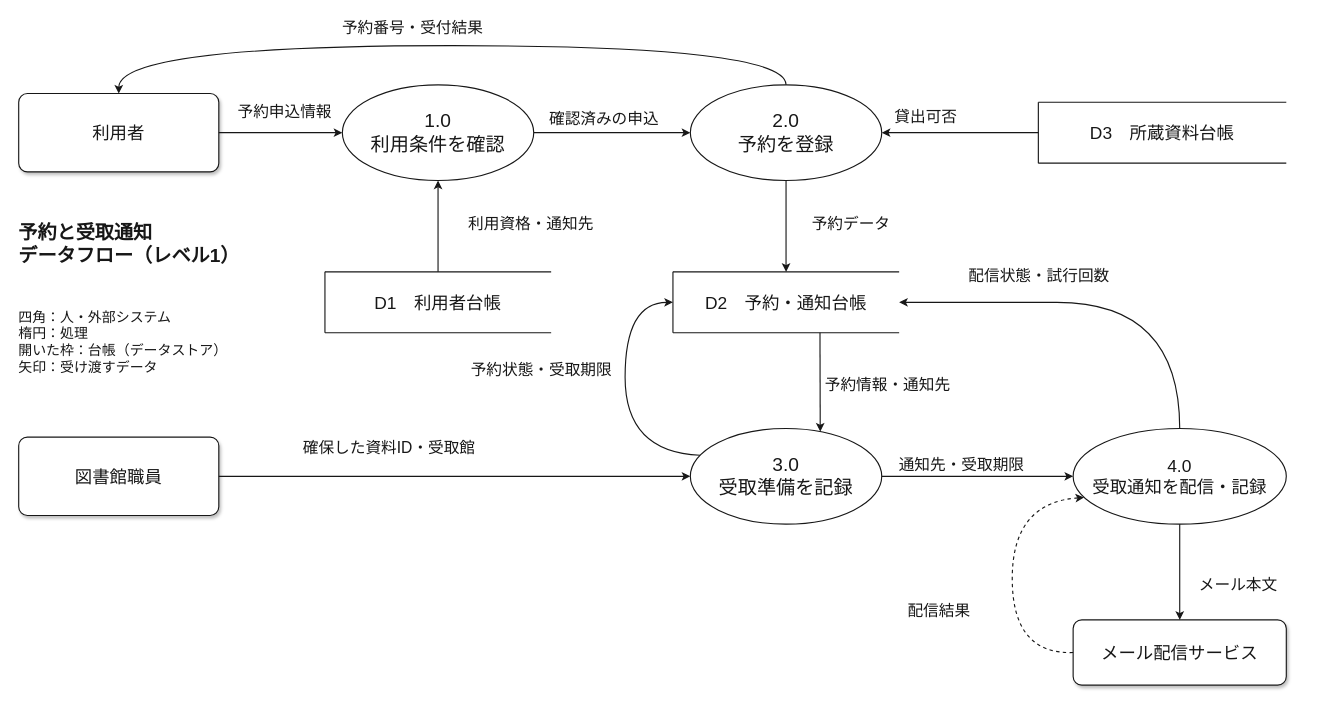
Earlier version of the draw.io diagram page "データフロー図" (11 of 22) of samples/diagram-gallery.drawio (sakikuroe/marp-template-kit). Source tidied: cells renumbered, new cells numbered last; positions are measured from the earlier drawing's top-left corner, leaving out a move shared by most shapes. Both pictures are drawn from the tidied source at 87%, with x=0, y=0 at pixel (18, 15).
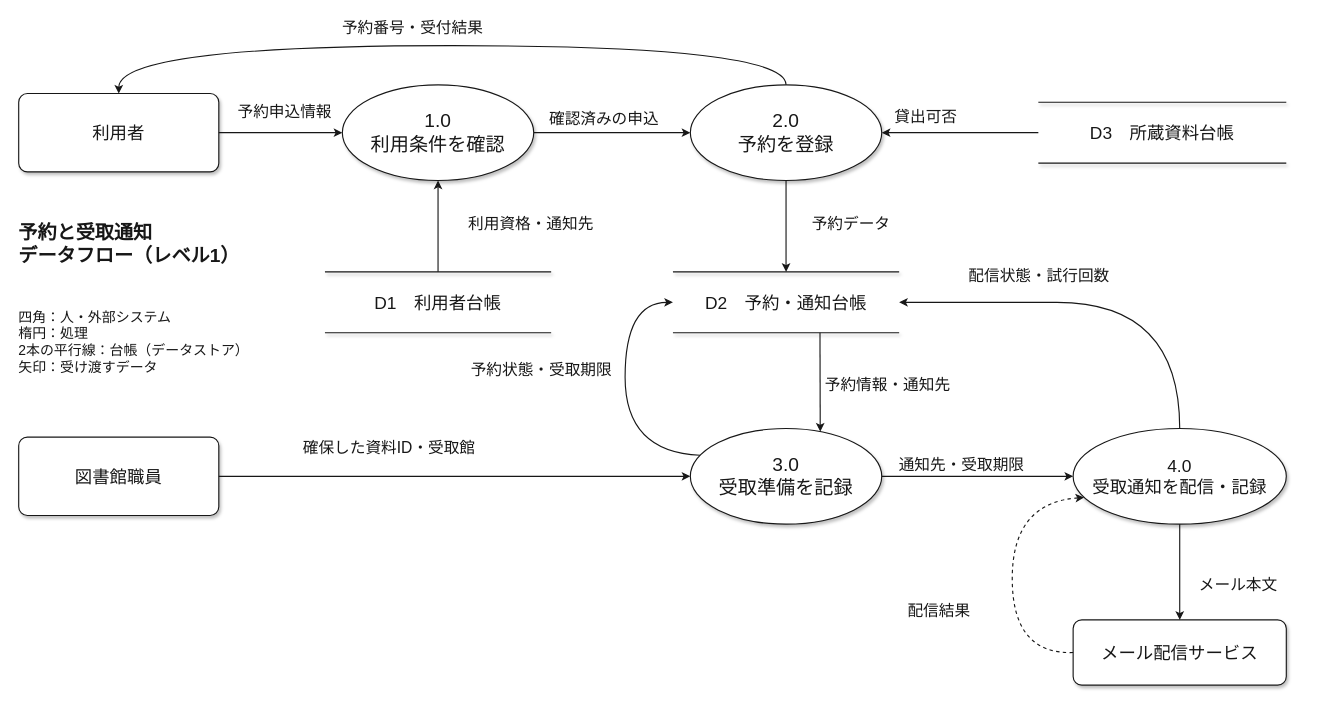
Above is the later version.

Diff of the diagram source:
```diff
@@
-    <mxCell id="4" value="1.0&#10;利用条件を確認" style="rounded=1;absoluteArcSize=1;arcSize=20;shadow=0;whiteSpace=wrap;html=0;fillColor=#ffffff;strokeColor=#171717;strokeWidth=1.3;fontFamily=GenEi M Gothic v2 Medium;fontColor=#171717;fontSize=22;shape=ellipse;perimeter=ellipsePerimeter;" parent="1" vertex="1">
+    <mxCell id="4" value="1.0&#10;利用条件を確認" style="rounded=1;absoluteArcSize=1;arcSize=20;shadow=1;whiteSpace=wrap;html=0;fillColor=#ffffff;strokeColor=#171717;strokeWidth=1.3;fontFamily=GenEi M Gothic v2 Medium;fontColor=#171717;fontSize=22;shape=ellipse;perimeter=ellipsePerimeter;" parent="1" vertex="1">
       <mxGeometry x="372" y="80" width="220" height="110" as="geometry" />
     </mxCell>
-    <mxCell id="5" value="2.0&#10;予約を登録" style="rounded=1;absoluteArcSize=1;arcSize=20;shadow=0;whiteSpace=wrap;html=0;fillColor=#ffffff;strokeColor=#171717;strokeWidth=1.3;fontFamily=GenEi M Gothic v2 Medium;fontColor=#171717;fontSize=22;shape=ellipse;perimeter=ellipsePerimeter;" parent="1" vertex="1">
+    <mxCell id="5" value="2.0&#10;予約を登録" style="rounded=1;absoluteArcSize=1;arcSize=20;shadow=1;whiteSpace=wrap;html=0;fillColor=#ffffff;strokeColor=#171717;strokeWidth=1.3;fontFamily=GenEi M Gothic v2 Medium;fontColor=#171717;fontSize=22;shape=ellipse;perimeter=ellipsePerimeter;" parent="1" vertex="1">
       <mxGeometry x="772" y="80" width="220" height="110" as="geometry" />
     </mxCell>
-    <mxCell id="6" value="3.0&#10;受取準備を記録" style="rounded=1;absoluteArcSize=1;arcSize=20;shadow=0;whiteSpace=wrap;html=0;fillColor=#ffffff;strokeColor=#171717;strokeWidth=1.3;fontFamily=GenEi M Gothic v2 Medium;fontColor=#171717;fontSize=22;shape=ellipse;perimeter=ellipsePerimeter;" parent="1" vertex="1">
+    <mxCell id="6" value="3.0&#10;受取準備を記録" style="rounded=1;absoluteArcSize=1;arcSize=20;shadow=1;whiteSpace=wrap;html=0;fillColor=#ffffff;strokeColor=#171717;strokeWidth=1.3;fontFamily=GenEi M Gothic v2 Medium;fontColor=#171717;fontSize=22;shape=ellipse;perimeter=ellipsePerimeter;" parent="1" vertex="1">
       <mxGeometry x="772" y="475" width="220" height="110" as="geometry" />
     </mxCell>
-    <mxCell id="7" value="4.0&#10;受取通知を配信・記録" style="rounded=1;absoluteArcSize=1;arcSize=20;shadow=0;whiteSpace=wrap;html=0;fillColor=#ffffff;strokeColor=#171717;strokeWidth=1.3;fontFamily=GenEi M Gothic v2 Medium;fontColor=#171717;shape=ellipse;perimeter=ellipsePerimeter;fontSize=20;" parent="1" vertex="1">
+    <mxCell id="7" value="4.0&#10;受取通知を配信・記録" style="rounded=1;absoluteArcSize=1;arcSize=20;shadow=1;whiteSpace=wrap;html=0;fillColor=#ffffff;strokeColor=#171717;strokeWidth=1.3;fontFamily=GenEi M Gothic v2 Medium;fontColor=#171717;shape=ellipse;perimeter=ellipsePerimeter;fontSize=20;" parent="1" vertex="1">
       <mxGeometry x="1212" y="475" width="245" height="110" as="geometry" />
     </mxCell>
@@
-    <mxCell id="9" style="edgeStyle=none;curved=1;strokeColor=#171717;strokeWidth=1.3;endArrow=none;" parent="1" edge="1">
+    <mxCell id="9" style="edgeStyle=none;curved=1;strokeColor=#171717;strokeWidth=1.3;endArrow=none;shadow=1;" parent="1" edge="1">
       <mxGeometry relative="1" as="geometry">
         <mxPoint x="352" y="295" as="sourcePoint" />
         <mxPoint x="612" y="295" as="targetPoint" />
       </mxGeometry>
     </mxCell>
-    <mxCell id="10" style="edgeStyle=none;curved=1;strokeColor=#171717;strokeWidth=1.3;endArrow=none;" parent="1" edge="1">
+    <mxCell id="10" style="edgeStyle=none;curved=1;strokeColor=#171717;strokeWidth=1.3;endArrow=none;shadow=1;" parent="1" edge="1">
       <mxGeometry relative="1" as="geometry">
         <mxPoint x="352" y="365" as="sourcePoint" />
         <mxPoint x="612" y="365" as="targetPoint" />
       </mxGeometry>
     </mxCell>
-    <mxCell id="11" style="edgeStyle=none;curved=1;strokeColor=#171717;strokeWidth=1.3;endArrow=none;" parent="1" edge="1">
-      <mxGeometry relative="1" as="geometry">
-        <mxPoint x="352" y="295" as="sourcePoint" />
-        <mxPoint x="352" y="365" as="targetPoint" />
-      </mxGeometry>
-    </mxCell>
@@
-    <mxCell id="13" style="edgeStyle=none;curved=1;strokeColor=#171717;strokeWidth=1.3;endArrow=none;" parent="1" edge="1">
+    <mxCell id="13" style="edgeStyle=none;curved=1;strokeColor=#171717;strokeWidth=1.3;endArrow=none;shadow=1;" parent="1" edge="1">
       <mxGeometry relative="1" as="geometry">
         <mxPoint x="752" y="295" as="sourcePoint" />
         <mxPoint x="1012" y="295" as="targetPoint" />
       </mxGeometry>
     </mxCell>
-    <mxCell id="14" style="edgeStyle=none;curved=1;strokeColor=#171717;strokeWidth=1.3;endArrow=none;" parent="1" edge="1">
+    <mxCell id="14" style="edgeStyle=none;curved=1;strokeColor=#171717;strokeWidth=1.3;endArrow=none;shadow=1;" parent="1" edge="1">
       <mxGeometry relative="1" as="geometry">
         <mxPoint x="752" y="365" as="sourcePoint" />
         <mxPoint x="1012" y="365" as="targetPoint" />
       </mxGeometry>
     </mxCell>
-    <mxCell id="15" style="edgeStyle=none;curved=1;strokeColor=#171717;strokeWidth=1.3;endArrow=none;" parent="1" edge="1">
-      <mxGeometry relative="1" as="geometry">
-        <mxPoint x="752" y="295" as="sourcePoint" />
-        <mxPoint x="752" y="365" as="targetPoint" />
-      </mxGeometry>
-    </mxCell>
@@
-    <mxCell id="17" style="edgeStyle=none;curved=1;strokeColor=#171717;strokeWidth=1.3;endArrow=none;" parent="1" edge="1">
+    <mxCell id="17" style="edgeStyle=none;curved=1;strokeColor=#171717;strokeWidth=1.3;endArrow=none;shadow=1;" parent="1" edge="1">
       <mxGeometry relative="1" as="geometry">
         <mxPoint x="1172" y="100" as="sourcePoint" />
         <mxPoint x="1457" y="100" as="targetPoint" />
       </mxGeometry>
     </mxCell>
-    <mxCell id="18" style="edgeStyle=none;curved=1;strokeColor=#171717;strokeWidth=1.3;endArrow=none;" parent="1" edge="1">
+    <mxCell id="18" style="edgeStyle=none;curved=1;strokeColor=#171717;strokeWidth=1.3;endArrow=none;shadow=1;" parent="1" edge="1">
       <mxGeometry relative="1" as="geometry">
         <mxPoint x="1172" y="170" as="sourcePoint" />
         <mxPoint x="1457" y="170" as="targetPoint" />
       </mxGeometry>
     </mxCell>
-    <mxCell id="19" style="edgeStyle=none;curved=1;strokeColor=#171717;strokeWidth=1.3;endArrow=none;" parent="1" edge="1">
-      <mxGeometry relative="1" as="geometry">
-        <mxPoint x="1172" y="100" as="sourcePoint" />
-        <mxPoint x="1172" y="170" as="targetPoint" />
-      </mxGeometry>
-    </mxCell>
@@
-    <mxCell id="48" value="四角：人・外部システム&#10;楕円：処理&#10;開いた枠：台帳（データストア）&#10;矢印：受け渡すデータ" style="text;html=0;whiteSpace=wrap;verticalAlign=top;align=left;spacing=0;fillColor=none;strokeColor=none;fontFamily=GenEi M Gothic v2 Medium;fontColor=#171717;fontSize=16;" parent="1" vertex="1">
+    <mxCell id="48" value="四角：人・外部システム&#10;楕円：処理&#10;2本の平行線：台帳（データストア）&#10;矢印：受け渡すデータ" style="text;html=0;whiteSpace=wrap;verticalAlign=top;align=left;spacing=0;fillColor=none;strokeColor=none;fontFamily=GenEi M Gothic v2 Medium;fontColor=#171717;fontSize=16;" parent="1" vertex="1">
       <mxGeometry y="333" width="310" height="100" as="geometry" />
     </mxCell>
```
